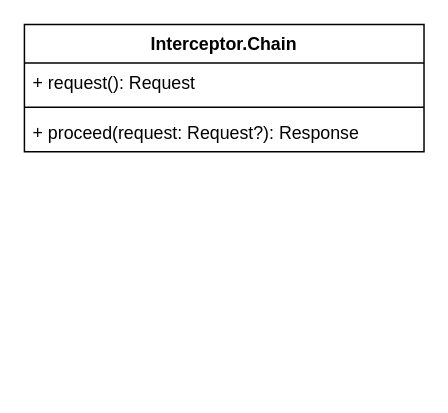
Before: OkHttp-Interceptor-Chain.drawio in Eanam/PointlessDiagram, a draw.io diagram. Source tidied: cells renumbered, new cells numbered last; positions are measured from the earlier drawing's top-left corner, leaving out a move shared by most shapes. Both pictures are drawn from the tidied source at 148%, with x=0, y=0 at pixel (24, 24).
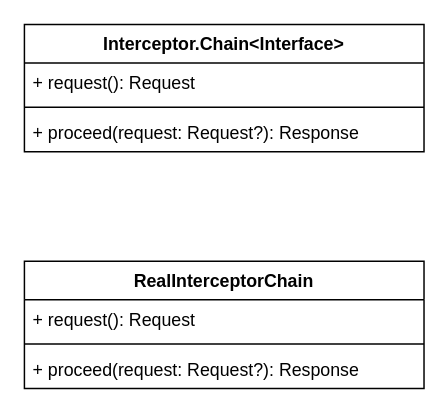
The same page after the edit.

Diff of the diagram source:
```diff
@@
 <mxGraphModel>
   <root>
     <mxCell id="0" />
     <mxCell id="1" parent="0" />
-    <mxCell id="2" value="Interceptor.Chain" style="swimlane;fontStyle=1;align=center;verticalAlign=top;horizontal=1;startSize=26;" parent="1" vertex="1">
+    <mxCell id="2" value="Interceptor.Chain&lt;Interface&gt;" style="swimlane;fontStyle=1;align=center;verticalAlign=top;horizontal=1;startSize=26;" parent="1" vertex="1">
       <mxGeometry width="270" height="86" as="geometry" />
     </mxCell>
     <mxCell id="3" value="+ request(): Request" style="text;strokeColor=none;fillColor=none;align=left;verticalAlign=top;spacingLeft=4;spacingRight=4;overflow=hidden;" parent="2" vertex="1">
       <mxGeometry y="26" width="270" height="26" as="geometry" />
     </mxCell>
     <mxCell id="4" style="line;strokeWidth=1;fillColor=none;align=left;verticalAlign=middle;spacingTop=-1;spacingLeft=3;spacingRight=3;labelPosition=right;" parent="2" vertex="1">
       <mxGeometry y="52" width="270" height="8" as="geometry" />
     </mxCell>
     <mxCell id="5" value="+ proceed(request: Request?): Response" style="text;strokeColor=none;fillColor=none;align=left;verticalAlign=top;spacingLeft=4;spacingRight=4;overflow=hidden;" parent="2" vertex="1">
       <mxGeometry y="60" width="270" height="26" as="geometry" />
     </mxCell>
+    <mxCell id="6" value="RealInterceptorChain" style="swimlane;fontStyle=1;align=center;verticalAlign=top;horizontal=1;startSize=26;" parent="1" vertex="1">
+      <mxGeometry y="160" width="270" height="86" as="geometry" />
+    </mxCell>
+    <mxCell id="7" value="+ request(): Request" style="text;strokeColor=none;fillColor=none;align=left;verticalAlign=top;spacingLeft=4;spacingRight=4;overflow=hidden;" parent="6" vertex="1">
+      <mxGeometry y="26" width="270" height="26" as="geometry" />
+    </mxCell>
+    <mxCell id="8" style="line;strokeWidth=1;fillColor=none;align=left;verticalAlign=middle;spacingTop=-1;spacingLeft=3;spacingRight=3;labelPosition=right;" parent="6" vertex="1">
+      <mxGeometry y="52" width="270" height="8" as="geometry" />
+    </mxCell>
+    <mxCell id="9" value="+ proceed(request: Request?): Response" style="text;strokeColor=none;fillColor=none;align=left;verticalAlign=top;spacingLeft=4;spacingRight=4;overflow=hidden;" parent="6" vertex="1">
+      <mxGeometry y="60" width="270" height="26" as="geometry" />
+    </mxCell>
   </root>
 </mxGraphModel>
```
